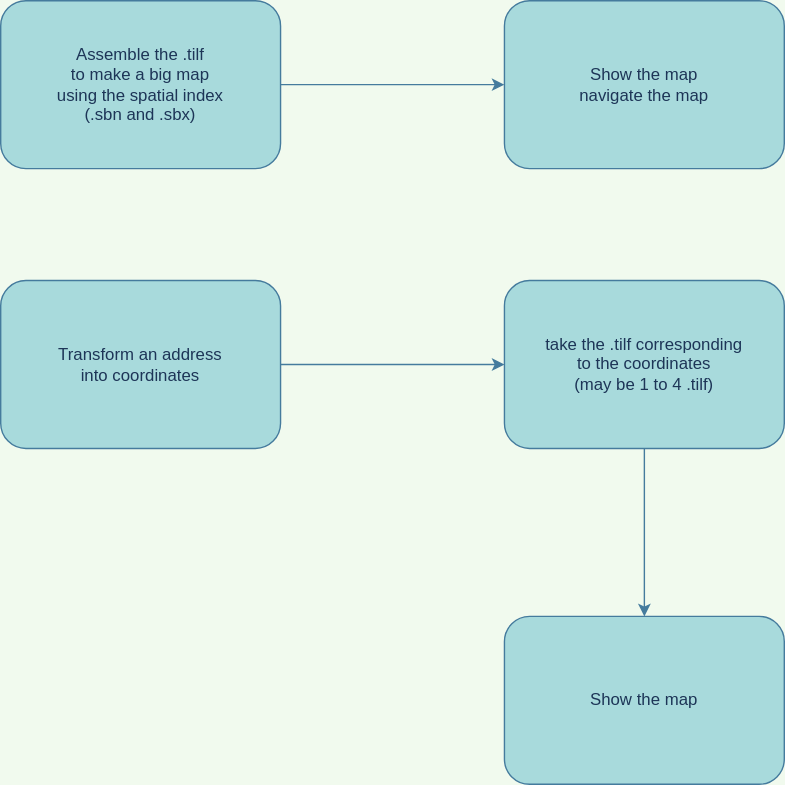
Earlier version of the draw.io export Schemas/Plan.svg (Demesmaeker/3D_Houses). Source tidied: cells renumbered, new cells last; positions are measured from the earlier drawing's top-left corner, leaving out a move shared by most shapes.
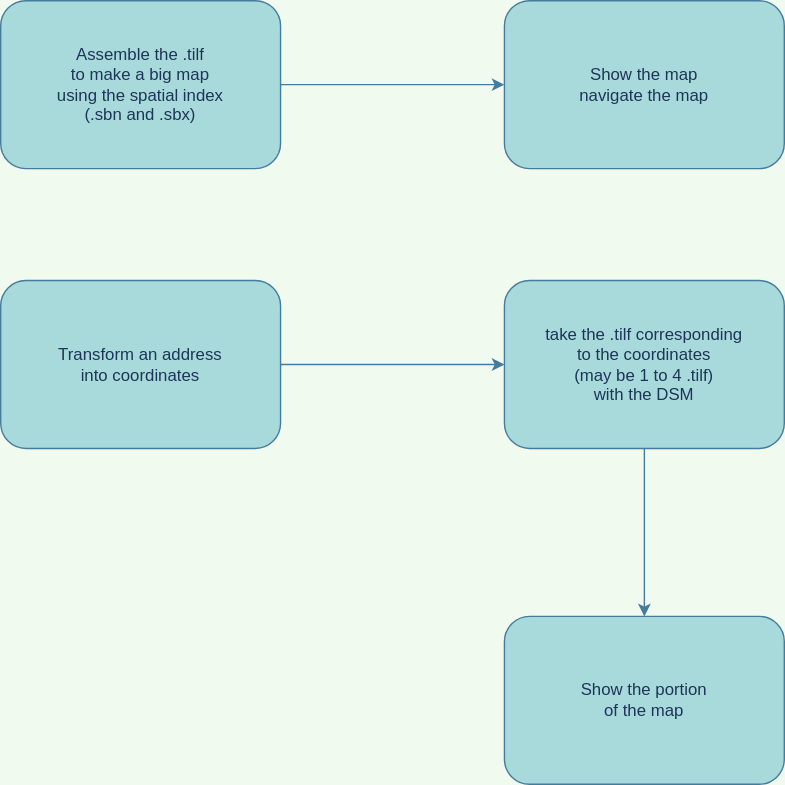
After the commit.

What changed in the source:
```diff
@@ -14,10 +14,10 @@
     <mxCell id="5" style="edgeStyle=orthogonalEdgeStyle;rounded=0;jettySize=auto;html=1;exitX=0.5;exitY=1;exitDx=0;exitDy=0;entryX=0.5;entryY=0;entryDx=0;entryDy=0;labelBackgroundColor=#F1FAEE;strokeColor=#457B9D;fontColor=#1D3557;" parent="1" edge="1" source="6" target="7">
       <mxGeometry relative="1" as="geometry" />
     </mxCell>
-    <mxCell id="6" value="&lt;div&gt;take the .tilf corresponding&lt;/div&gt;&lt;div&gt;to the coordinates&lt;/div&gt;&lt;div&gt;(may be 1 to 4 .tilf)&lt;br&gt;&lt;/div&gt;" style="rounded=1;whiteSpace=wrap;html=1;fillColor=#A8DADC;strokeColor=#457B9D;fontColor=#1D3557;" parent="1" vertex="1">
+    <mxCell id="6" value="&lt;div&gt;take the .tilf corresponding&lt;/div&gt;&lt;div&gt;to the coordinates&lt;/div&gt;&lt;div&gt;(may be 1 to 4 .tilf)&lt;/div&gt;&lt;div&gt;with the DSM&lt;br&gt;&lt;/div&gt;" style="rounded=1;whiteSpace=wrap;html=1;fillColor=#A8DADC;strokeColor=#457B9D;fontColor=#1D3557;" parent="1" vertex="1">
       <mxGeometry x="360" y="200" width="200" height="120" as="geometry" />
     </mxCell>
-    <mxCell id="7" value="Show the map" style="rounded=1;whiteSpace=wrap;html=1;fillColor=#A8DADC;strokeColor=#457B9D;fontColor=#1D3557;" parent="1" vertex="1">
+    <mxCell id="7" value="&lt;div&gt;Show the portion&lt;/div&gt;&lt;div&gt;of the map&lt;/div&gt;" style="rounded=1;whiteSpace=wrap;html=1;fillColor=#A8DADC;strokeColor=#457B9D;fontColor=#1D3557;" parent="1" vertex="1">
       <mxGeometry x="360" y="440" width="200" height="120" as="geometry" />
     </mxCell>
     <mxCell id="8" style="endArrow=classic;html=1;exitX=1;exitY=0.5;exitDx=0;exitDy=0;entryX=0;entryY=0.5;entryDx=0;entryDy=0;labelBackgroundColor=#F1FAEE;strokeColor=#457B9D;fontColor=#1D3557;" parent="1" edge="1" source="2" target="3">
```
